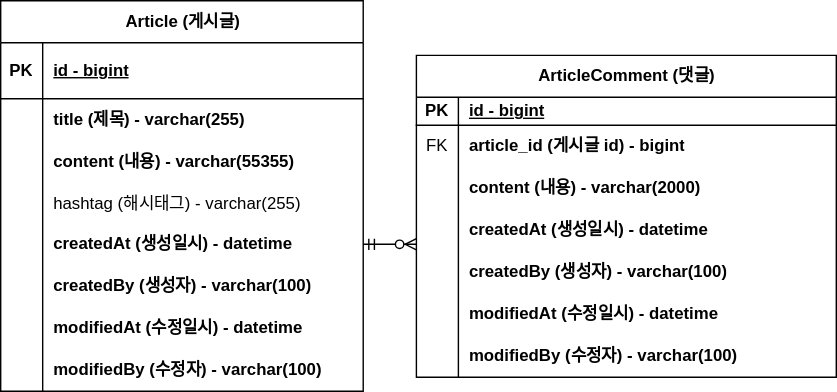
Before: document/project-board-erd.svg, a diagram exported from draw.io (myhyun0002/notice-board-project). Source tidied: cells renumbered, new cells last; positions are measured from the earlier drawing's top-left corner, leaving out a move shared by most shapes.
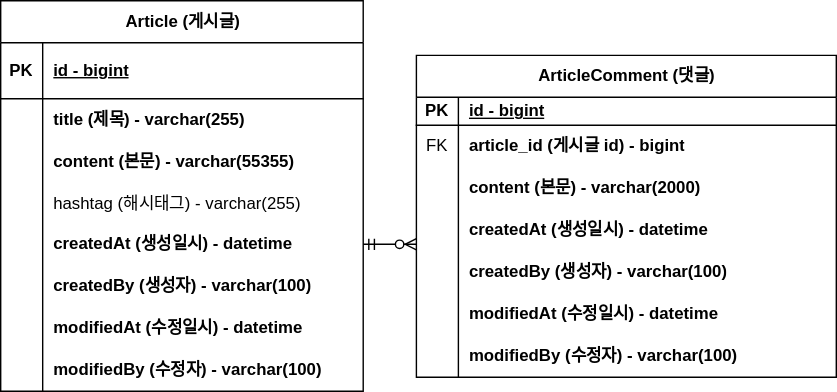
After the commit.

Diff of the diagram source:
```diff
@@ -29,7 +29,7 @@
     <mxCell id="10" style="shape=partialRectangle;fillColor=none;top=0;left=0;bottom=0;right=0;overflow=hidden;whiteSpace=wrap;html=1;" parent="9" vertex="1">
       <mxGeometry width="30" height="30" as="geometry" />
     </mxCell>
-    <mxCell id="11" value="content (내용) - varchar(55355)" style="shape=partialRectangle;fillColor=none;top=0;left=0;bottom=0;right=0;align=left;spacingLeft=6;overflow=hidden;whiteSpace=wrap;html=1;fontStyle=1;" parent="9" vertex="1">
+    <mxCell id="11" value="content (본문) - varchar(55355)" style="shape=partialRectangle;fillColor=none;top=0;left=0;bottom=0;right=0;align=left;spacingLeft=6;overflow=hidden;whiteSpace=wrap;html=1;fontStyle=1;" parent="9" vertex="1">
       <mxGeometry x="30" width="229" height="30" as="geometry" />
     </mxCell>
     <mxCell id="12" style="shape=tableRow;horizontal=0;startSize=0;swimlaneHead=0;swimlaneBody=0;fillColor=none;top=0;left=0;right=0;bottom=0;" parent="2" vertex="1">
@@ -104,7 +104,7 @@
     <mxCell id="35" style="shape=partialRectangle;fillColor=none;top=0;left=0;bottom=0;right=0;overflow=hidden;whiteSpace=wrap;html=1;" parent="34" vertex="1">
       <mxGeometry width="30" height="30" as="geometry" />
     </mxCell>
-    <mxCell id="36" value="content (내용) - varchar(2000)" style="shape=partialRectangle;fillColor=none;top=0;left=0;bottom=0;right=0;align=left;spacingLeft=6;overflow=hidden;whiteSpace=wrap;html=1;fontStyle=1;" parent="34" vertex="1">
+    <mxCell id="36" value="content (본문) - varchar(2000)" style="shape=partialRectangle;fillColor=none;top=0;left=0;bottom=0;right=0;align=left;spacingLeft=6;overflow=hidden;whiteSpace=wrap;html=1;fontStyle=1;" parent="34" vertex="1">
       <mxGeometry x="30" width="270" height="30" as="geometry" />
     </mxCell>
     <mxCell id="37" style="shape=tableRow;horizontal=0;startSize=0;swimlaneHead=0;swimlaneBody=0;fillColor=none;points=[[0,0.5],[1,0.5]];portConstraint=eastwest;top=0;left=0;right=0;bottom=0;" parent="27" vertex="1">
```
